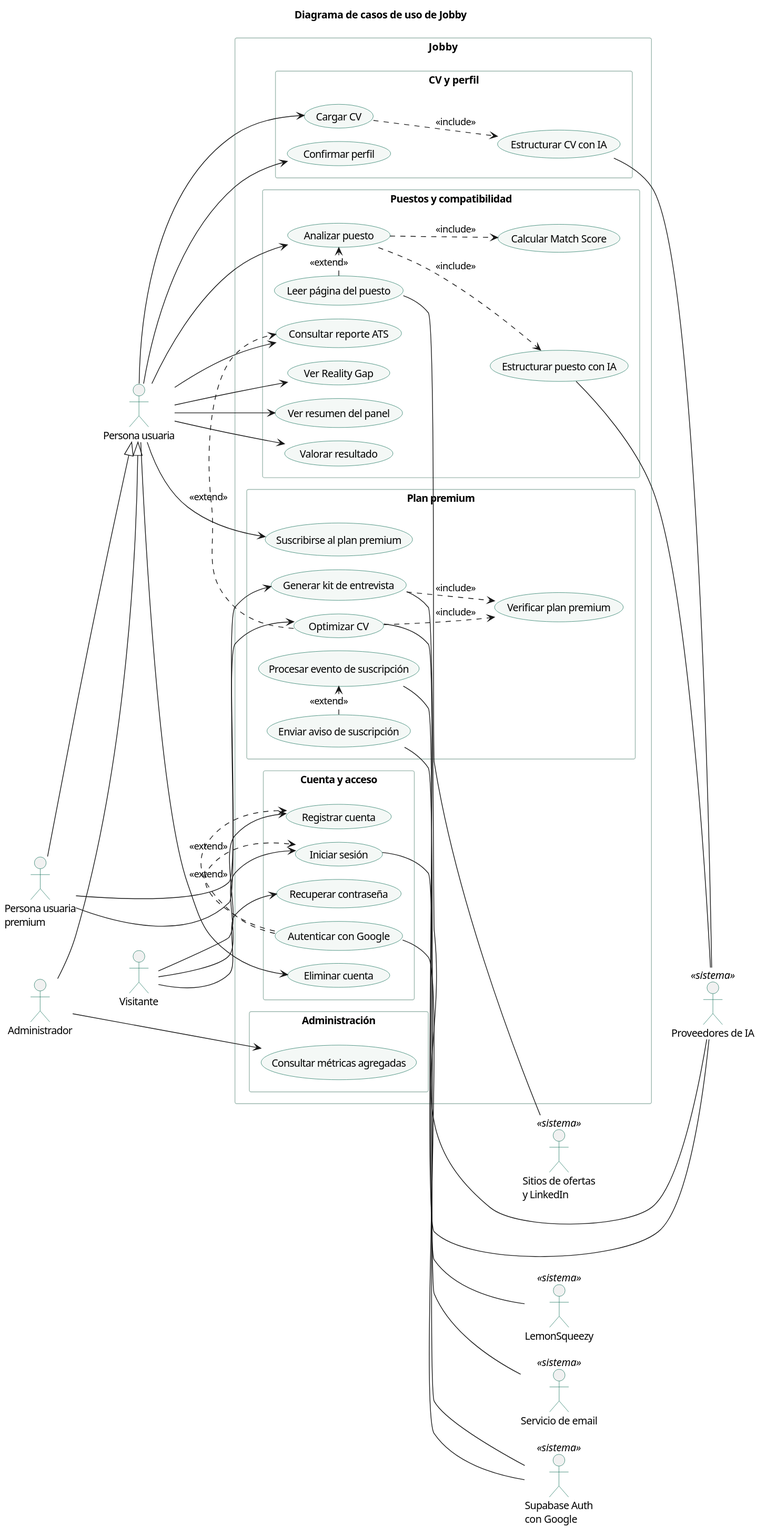
Above: docs/diagramas/casos-de-uso.svg in Buatishi/Jobby (PlantUML), before the change.
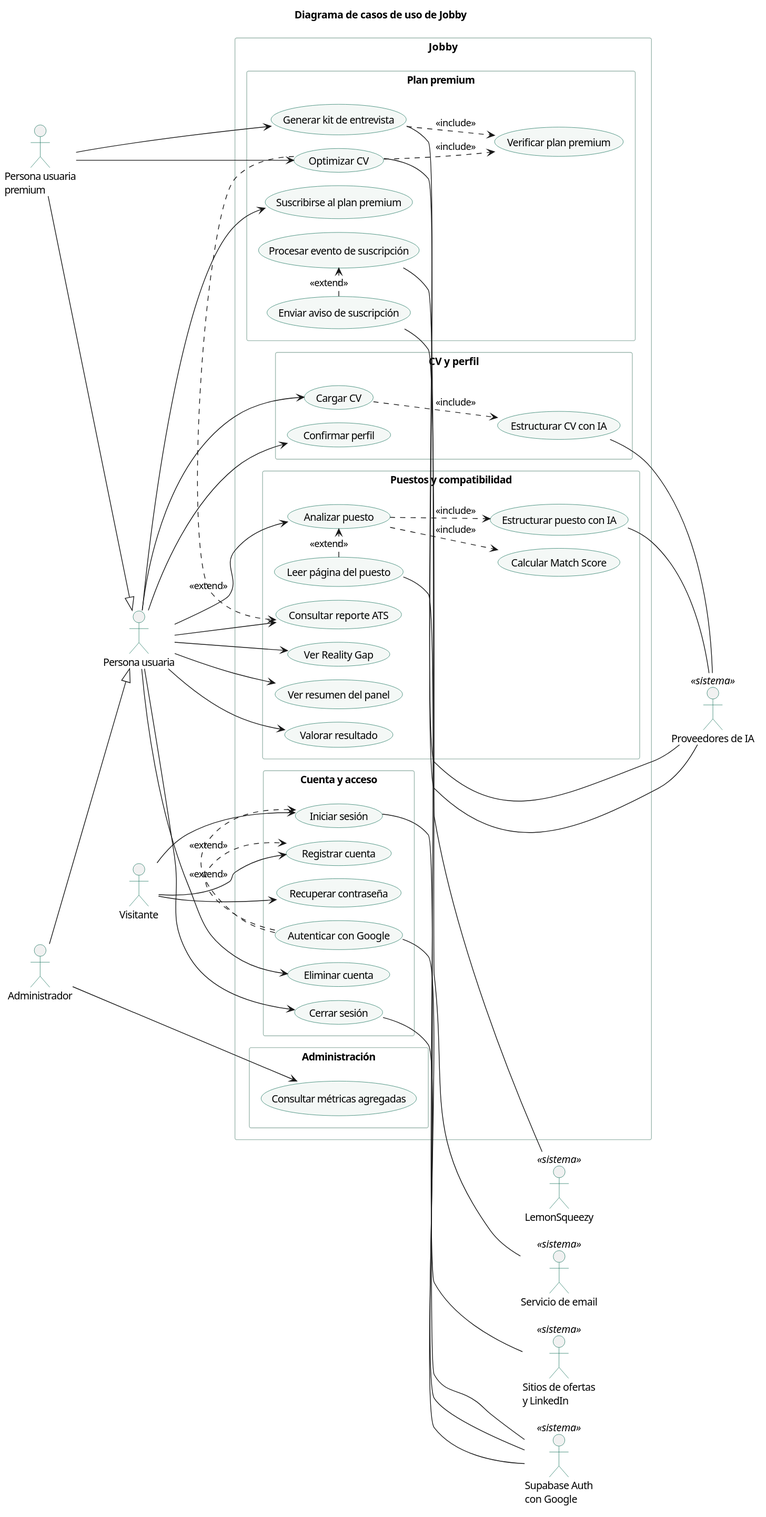
Above is the later version.

Change to the diagram source:
```diff
@@ -27,6 +27,7 @@
     usecase "Recuperar contraseña" as CU03
     usecase "Autenticar con Google" as CU04
     usecase "Eliminar cuenta" as CU22
+    usecase "Cerrar sesión" as CU24
   }
   rectangle "CV y perfil" {
     usecase "Cargar CV" as CU05
@@ -80,6 +81,7 @@
 U --> CU18
 U --> CU19
 U --> CU22
+U --> CU24
 P --> CU14
 P --> CU15
 
@@ -95,6 +97,7 @@
 A --> CU23
 
 CU02 -- ID
+CU24 -- ID
 CU04 -- ID
 CU06 -- IA
 CU10 -- IA
```
